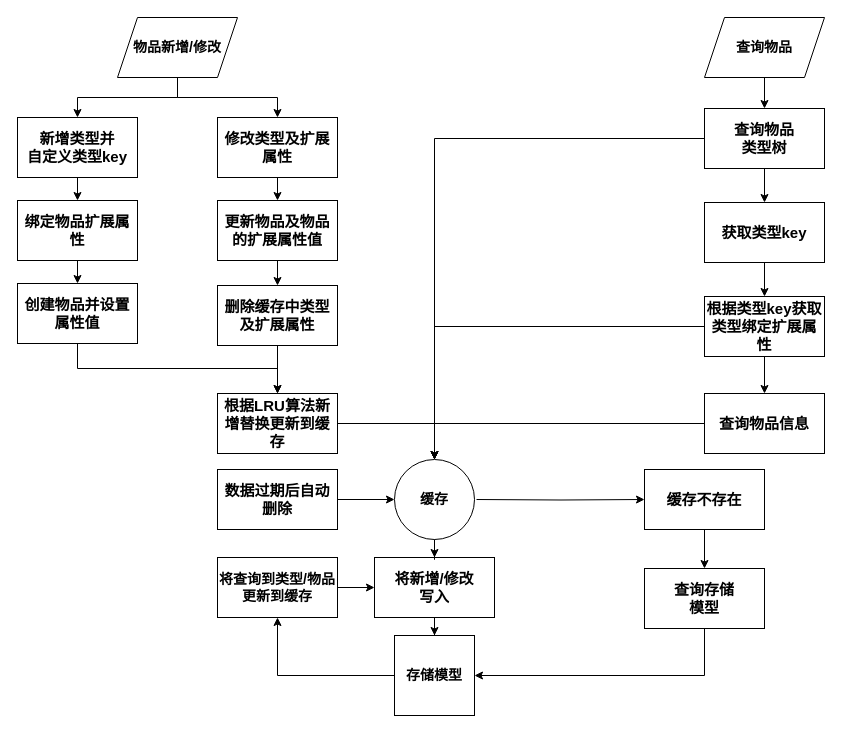
Earlier version of the draw.io diagram 专利-存储模型与缓存交互逻辑.drawio (sjxbg/xmindfile). Source tidied: cells renumbered, new cells numbered last; positions are measured from the earlier drawing's top-left corner, leaving out a move shared by most shapes. Both pictures are drawn from the tidied source at 100%, with x=0, y=0 at pixel (17, 17).
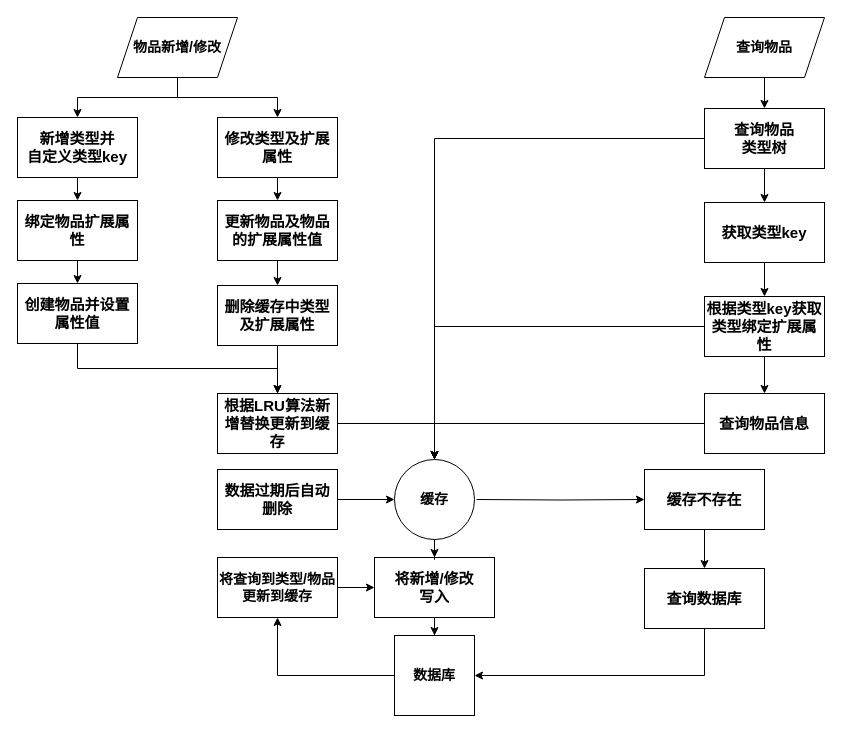
After the change.

Commit message:
更新专利-存储模型与缓存交互逻辑.drawio

What changed in the source:
```diff
@@
-    <mxCell id="18" value="存储模型" style="whiteSpace=wrap;html=1;fontStyle=1;fontSize=14;" parent="1" vertex="1">
+    <mxCell id="18" value="数据库" style="whiteSpace=wrap;html=1;fontStyle=1;fontSize=14;" parent="1" vertex="1">
       <mxGeometry x="377" y="618" width="80" height="80" as="geometry" />
     </mxCell>
@@
-    <mxCell id="37" value="&lt;div style=&quot;border-color: var(--border-color);&quot;&gt;查询存储&lt;/div&gt;&lt;div style=&quot;border-color: var(--border-color);&quot;&gt;模型&lt;/div&gt;" style="rounded=0;whiteSpace=wrap;html=1;fontStyle=1;fontSize=15;" parent="1" vertex="1">
+    <mxCell id="37" value="&lt;div style=&quot;border-color: var(--border-color);&quot;&gt;查询数据库&lt;/div&gt;" style="rounded=0;whiteSpace=wrap;html=1;fontStyle=1;fontSize=15;" parent="1" vertex="1">
       <mxGeometry x="627" y="551" width="120" height="60" as="geometry" />
     </mxCell>
```
